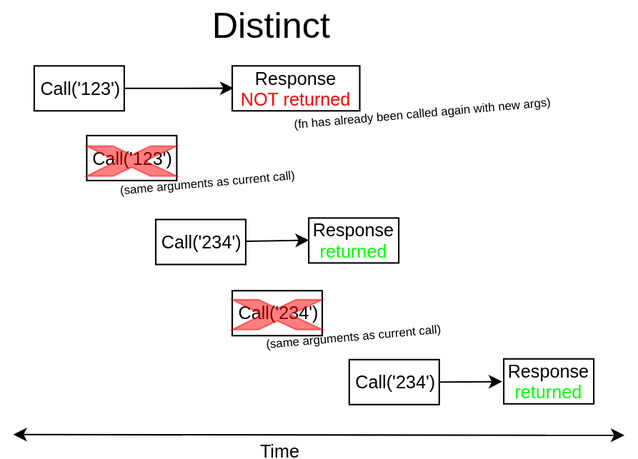
The draw.io diagram diagrams/distinct.svg in kasvtv/micro-observers, before a commit. Source tidied: cells renumbered, new cells last; positions are measured from the earlier drawing's top-left corner, leaving out a move shared by most shapes. Its diagram source:
```xml
<mxGraphModel>
  <root>
    <mxCell id="0" />
    <mxCell id="1" parent="0" />
    <mxCell id="2" value="Call('123')" style="rounded=0;whiteSpace=wrap;html=1;" parent="1" vertex="1">
      <mxGeometry x="14.5" y="43.5" width="60" height="30" as="geometry" />
    </mxCell>
    <mxCell id="3" value="Call('123')" style="rounded=0;whiteSpace=wrap;html=1;" parent="1" vertex="1">
      <mxGeometry x="49.5" y="90" width="60" height="30" as="geometry" />
    </mxCell>
    <mxCell id="4" style="endArrow=classic;html=1;entryX=0;entryY=0.5;entryDx=0;entryDy=0;" parent="1" edge="1">
      <mxGeometry relative="1" as="geometry">
        <mxPoint x="74.5" y="58.5" as="sourcePoint" />
        <mxPoint x="147.4" y="58.4" as="targetPoint" />
      </mxGeometry>
    </mxCell>
    <mxCell id="5" style="verticalLabelPosition=bottom;verticalAlign=top;html=1;shape=mxgraph.basic.x;fillColor=#FF0000;strokeColor=#FF0000;opacity=50;" parent="1" vertex="1">
      <mxGeometry x="49.5" y="97" width="60" height="20" as="geometry" />
    </mxCell>
    <mxCell id="6" value="Call('234')" style="rounded=0;whiteSpace=wrap;html=1;" parent="1" vertex="1">
      <mxGeometry x="95.5" y="146" width="60" height="30" as="geometry" />
    </mxCell>
    <mxCell id="7" value="Response&lt;br&gt;&lt;font color=&quot;#00ff00&quot;&gt;returned&lt;/font&gt;" style="rounded=0;whiteSpace=wrap;html=1;" parent="1" vertex="1">
      <mxGeometry x="197.5" y="145" width="60" height="30" as="geometry" />
    </mxCell>
    <mxCell id="8" style="endArrow=classic;html=1;entryX=0;entryY=0.5;entryDx=0;entryDy=0;" parent="1" edge="1" target="7">
      <mxGeometry relative="1" as="geometry">
        <mxPoint x="155.5" y="160.5" as="sourcePoint" />
      </mxGeometry>
    </mxCell>
    <mxCell id="9" value="&lt;font style=&quot;font-size: 24px&quot;&gt;Distinct&lt;br&gt;&lt;/font&gt;" style="text;html=1;align=left;verticalAlign=top;spacingTop=-4;" parent="1" vertex="1">
      <mxGeometry x="131" y="0.5" width="90" height="20" as="geometry" />
    </mxCell>
    <mxCell id="10" value="Call('234')" style="rounded=0;whiteSpace=wrap;html=1;" parent="1" vertex="1">
      <mxGeometry x="146.5" y="193.5" width="60" height="30" as="geometry" />
    </mxCell>
    <mxCell id="11" value="Call('234')" style="rounded=0;whiteSpace=wrap;html=1;" parent="1" vertex="1">
      <mxGeometry x="224.5" y="239.5" width="60" height="30" as="geometry" />
    </mxCell>
    <mxCell id="12" style="verticalLabelPosition=bottom;verticalAlign=top;html=1;shape=mxgraph.basic.x;fillColor=#FF0000;strokeColor=#FF0000;opacity=50;" parent="1" vertex="1">
      <mxGeometry x="146.5" y="199.5" width="60" height="20" as="geometry" />
    </mxCell>
    <mxCell id="13" value="Response&lt;br&gt;&lt;font color=&quot;#00ff00&quot;&gt;returned&lt;/font&gt;" style="rounded=0;whiteSpace=wrap;html=1;" parent="1" vertex="1">
      <mxGeometry x="327.5" y="239" width="60" height="30" as="geometry" />
    </mxCell>
    <mxCell id="14" style="endArrow=classic;html=1;entryX=0;entryY=0.5;entryDx=0;entryDy=0;" parent="1" edge="1">
      <mxGeometry relative="1" as="geometry">
        <mxPoint x="284.5" y="254.5" as="sourcePoint" />
        <mxPoint x="326.5" y="254.2" as="targetPoint" />
      </mxGeometry>
    </mxCell>
    <mxCell id="15" style="endArrow=classic;startArrow=classic;html=1;" parent="1" edge="1">
      <mxGeometry relative="1" as="geometry">
        <mxPoint x="0.5" y="289.5" as="sourcePoint" />
        <mxPoint x="408" y="290" as="targetPoint" />
      </mxGeometry>
    </mxCell>
    <mxCell id="16" value="Time" style="text;html=1;align=center;verticalAlign=middle;labelBackgroundColor=#ffffff;" parent="15" vertex="1">
      <mxGeometry x="-0.45" relative="1" as="geometry">
        <mxPoint x="66" y="10" as="offset" />
      </mxGeometry>
    </mxCell>
    <mxCell id="17" value="&lt;font style=&quot;font-size: 8px&quot;&gt;(same arguments as current call)&lt;/font&gt;" style="text;html=1;rotation=-5;" parent="1" vertex="1">
      <mxGeometry x="70" y="109" width="68" height="30" as="geometry" />
    </mxCell>
    <mxCell id="18" value="Response&lt;br&gt;&lt;font color=&quot;#ff0000&quot;&gt;NOT returned&lt;/font&gt;" style="rounded=0;whiteSpace=wrap;html=1;" parent="1" vertex="1">
      <mxGeometry x="146.5" y="43.5" width="85" height="30" as="geometry" />
    </mxCell>
    <mxCell id="19" value="&lt;font style=&quot;font-size: 8px&quot;&gt;(fn has already been called again with new args)&lt;/font&gt;" style="text;html=1;align=left;verticalAlign=top;spacingTop=-4;rotation=-5;" parent="1" vertex="1">
      <mxGeometry x="185.5" y="63.5" width="190" height="20" as="geometry" />
    </mxCell>
    <mxCell id="20" value="&lt;font style=&quot;font-size: 8px&quot;&gt;(same arguments as current call)&lt;/font&gt;" style="text;html=1;rotation=-5;" parent="1" vertex="1">
      <mxGeometry x="167" y="211.5" width="68" height="30" as="geometry" />
    </mxCell>
  </root>
</mxGraphModel>
```
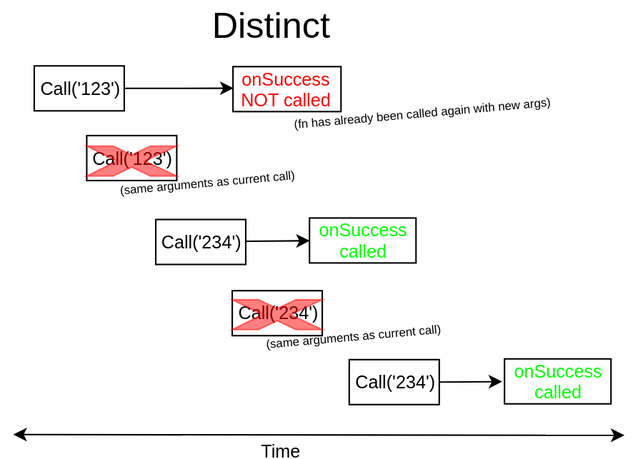
The same diagram one commit later.

What changed in the source:
```diff
@@ -20,8 +20,8 @@
     <mxCell id="6" value="Call('234')" style="rounded=0;whiteSpace=wrap;html=1;" parent="1" vertex="1">
       <mxGeometry x="95.5" y="146" width="60" height="30" as="geometry" />
     </mxCell>
-    <mxCell id="7" value="Response&lt;br&gt;&lt;font color=&quot;#00ff00&quot;&gt;returned&lt;/font&gt;" style="rounded=0;whiteSpace=wrap;html=1;" parent="1" vertex="1">
-      <mxGeometry x="197.5" y="145" width="60" height="30" as="geometry" />
+    <mxCell id="7" value="&lt;span style=&quot;color: rgb(0 , 255 , 0)&quot;&gt;onSuccess&lt;/span&gt;&lt;br style=&quot;color: rgb(0 , 255 , 0)&quot;&gt;&lt;span style=&quot;color: rgb(0 , 255 , 0)&quot;&gt;called&lt;/span&gt;" style="rounded=0;whiteSpace=wrap;html=1;" parent="1" vertex="1">
+      <mxGeometry x="198" y="145" width="71" height="30" as="geometry" />
     </mxCell>
     <mxCell id="8" style="endArrow=classic;html=1;entryX=0;entryY=0.5;entryDx=0;entryDy=0;" parent="1" edge="1" target="7">
       <mxGeometry relative="1" as="geometry">
@@ -40,8 +40,8 @@
     <mxCell id="12" style="verticalLabelPosition=bottom;verticalAlign=top;html=1;shape=mxgraph.basic.x;fillColor=#FF0000;strokeColor=#FF0000;opacity=50;" parent="1" vertex="1">
       <mxGeometry x="146.5" y="199.5" width="60" height="20" as="geometry" />
     </mxCell>
-    <mxCell id="13" value="Response&lt;br&gt;&lt;font color=&quot;#00ff00&quot;&gt;returned&lt;/font&gt;" style="rounded=0;whiteSpace=wrap;html=1;" parent="1" vertex="1">
-      <mxGeometry x="327.5" y="239" width="60" height="30" as="geometry" />
+    <mxCell id="13" value="&lt;span style=&quot;color: rgb(0 , 255 , 0)&quot;&gt;onSuccess&lt;/span&gt;&lt;br style=&quot;color: rgb(0 , 255 , 0)&quot;&gt;&lt;span style=&quot;color: rgb(0 , 255 , 0)&quot;&gt;called&lt;/span&gt;" style="rounded=0;whiteSpace=wrap;html=1;" parent="1" vertex="1">
+      <mxGeometry x="328" y="239" width="71" height="30" as="geometry" />
     </mxCell>
     <mxCell id="14" style="endArrow=classic;html=1;entryX=0;entryY=0.5;entryDx=0;entryDy=0;" parent="1" edge="1">
       <mxGeometry relative="1" as="geometry">
@@ -63,8 +63,8 @@
     <mxCell id="17" value="&lt;font style=&quot;font-size: 8px&quot;&gt;(same arguments as current call)&lt;/font&gt;" style="text;html=1;rotation=-5;" parent="1" vertex="1">
       <mxGeometry x="70" y="109" width="68" height="30" as="geometry" />
     </mxCell>
-    <mxCell id="18" value="Response&lt;br&gt;&lt;font color=&quot;#ff0000&quot;&gt;NOT returned&lt;/font&gt;" style="rounded=0;whiteSpace=wrap;html=1;" parent="1" vertex="1">
-      <mxGeometry x="146.5" y="43.5" width="85" height="30" as="geometry" />
+    <mxCell id="18" value="&lt;span style=&quot;color: rgb(255 , 0 , 0)&quot;&gt;onSuccess NOT called&lt;/span&gt;" style="rounded=0;whiteSpace=wrap;html=1;" parent="1" vertex="1">
+      <mxGeometry x="147" y="44" width="72" height="30" as="geometry" />
     </mxCell>
     <mxCell id="19" value="&lt;font style=&quot;font-size: 8px&quot;&gt;(fn has already been called again with new args)&lt;/font&gt;" style="text;html=1;align=left;verticalAlign=top;spacingTop=-4;rotation=-5;" parent="1" vertex="1">
       <mxGeometry x="185.5" y="63.5" width="190" height="20" as="geometry" />
```
